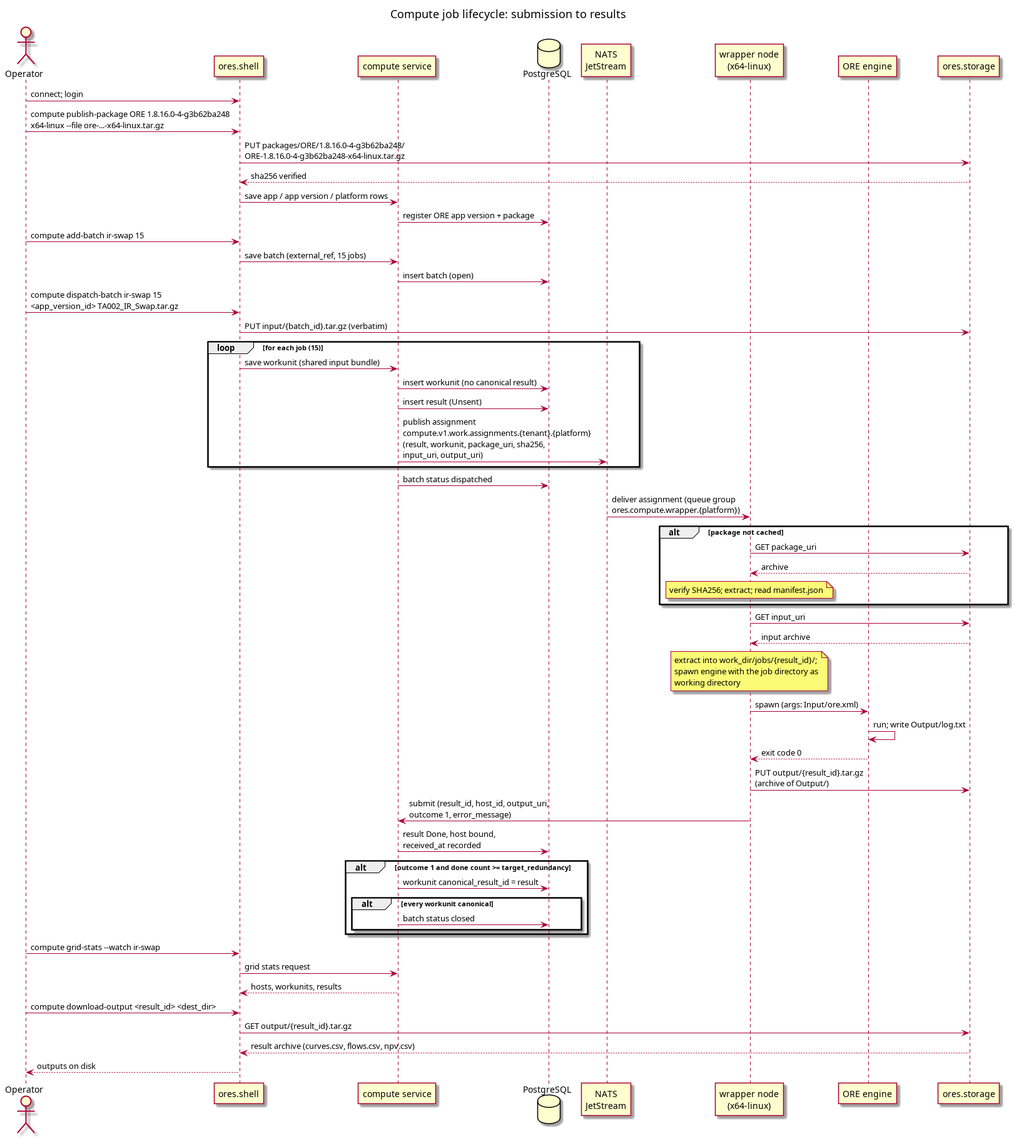
This is doc/knowledge/architecture/compute_job_lifecycle_sequence.png from OreStudio/OreStudio, a PlantUML export, as it was before one commit. Its source is kept beside it as doc/knowledge/architecture/compute_job_lifecycle_sequence.puml.
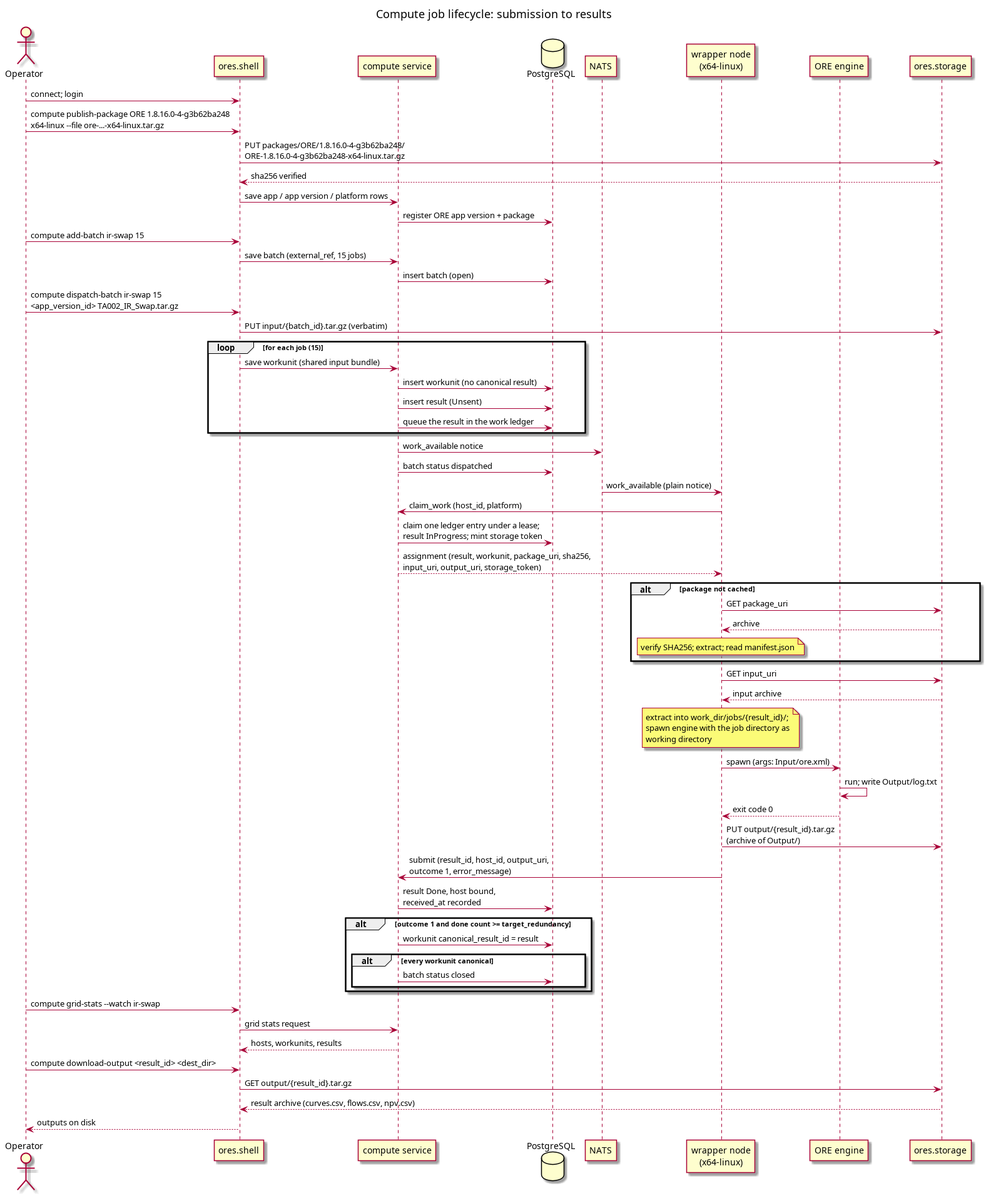
After the change.

Diff of the diagram source:
```diff
@@ -6,7 +6,7 @@
 participant "ores.shell" as shell
 participant "compute service" as svc
 database PostgreSQL as db
-participant "NATS\nJetStream" as js
+participant "NATS" as nats
 participant "wrapper node\n(x64-linux)" as node
 participant "ORE engine" as engine
 participant "ores.storage" as store
@@ -28,11 +28,15 @@
     shell -> svc : save workunit (shared input bundle)
     svc -> db : insert workunit (no canonical result)
     svc -> db : insert result (Unsent)
-    svc -> js : publish assignment\ncompute.v1.ops.work_assignment.{tenant}.{platform}\n(result, workunit, package_uri, sha256,\ninput_uri, output_uri)
+    svc -> db : queue the result in the work ledger
 end
+svc -> nats : work_available notice
 svc -> db : batch status dispatched
 
-js -> node : deliver assignment (queue group\nores.compute.wrapper.{platform})
+nats -> node : work_available (plain notice)
+node -> svc : claim_work (host_id, platform)
+svc -> db : claim one ledger entry under a lease;\nresult InProgress; mint storage token
+svc --> node : assignment (result, workunit, package_uri, sha256,\ninput_uri, output_uri, storage_token)
 alt package not cached
     node -> store : GET package_uri
     store --> node : archive
```
